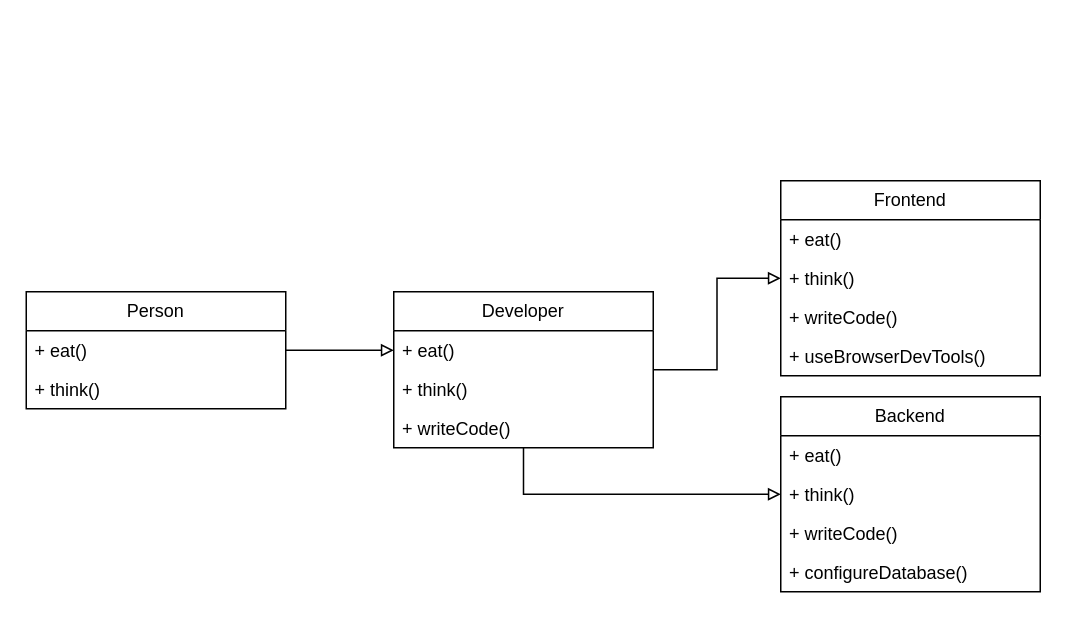
Earlier version of the draw.io diagram page "L" (3 of 5) of SOLID.drawio (orlov-oleg-developer/uml-diagrams). Source tidied: cells renumbered, new cells numbered last; positions are measured from the earlier drawing's top-left corner, leaving out a move shared by most shapes. Both pictures are drawn from the tidied source at 150%, with x=0, y=0 at pixel (26, 180).
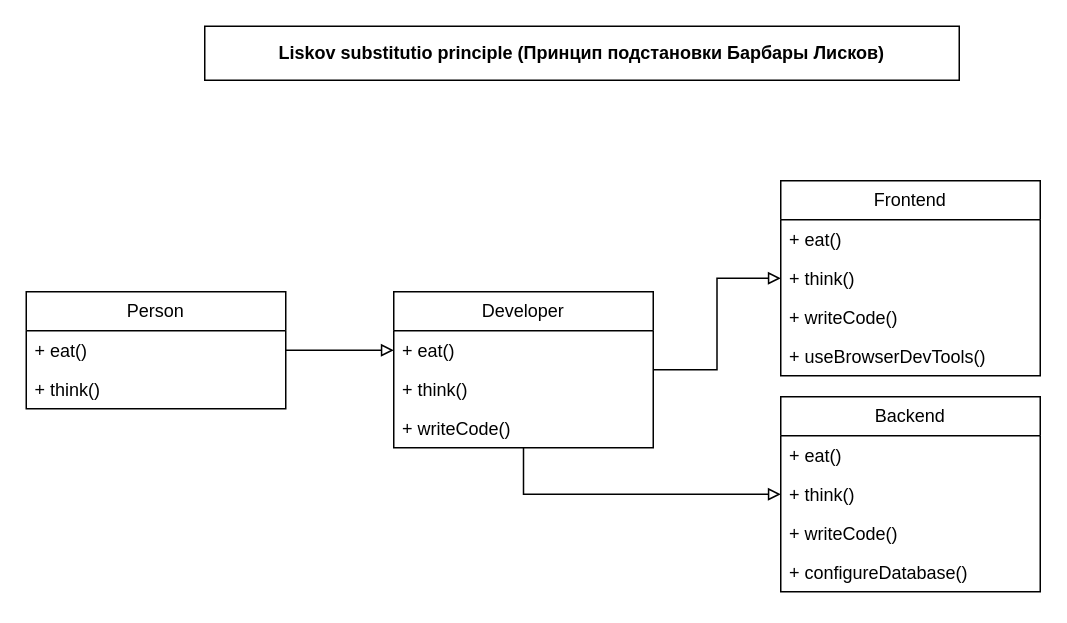
Above is the later version.

The edit, as a diff of the source:
```diff
@@
+    <mxCell id="22" value="Liskov substitutio principle (Принцип подстановки Барбары Лисков)" style="text;whiteSpace=wrap;html=1;align=center;fontStyle=1;verticalAlign=middle;strokeColor=default;" parent="1" vertex="1">
+      <mxGeometry x="119" y="-103" width="503" height="36" as="geometry" />
+    </mxCell>
```
